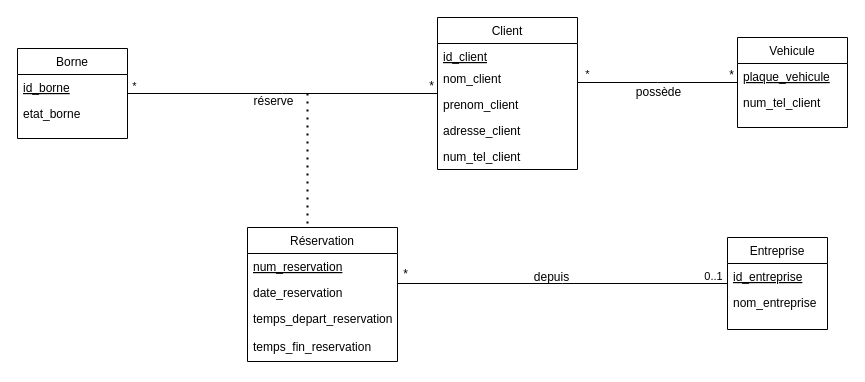
Above: base de données.drawio in Igniiis/Genie_logiciel (draw.io), before the change. Source tidied: cells renumbered, new cells numbered last; positions are measured from the earlier drawing's top-left corner, leaving out a move shared by most shapes. Both pictures are drawn from the tidied source at 100%, with x=0, y=0 at pixel (17, 17).
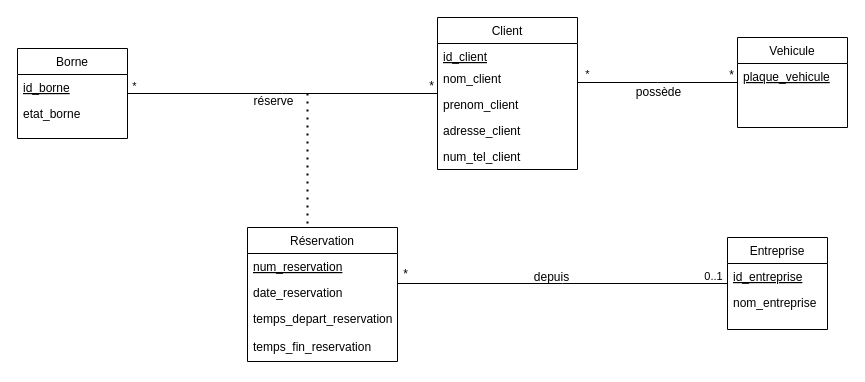
After the change.

Commit message:
Mettre à jour base de données.drawio

Unchanged cells that the change refers to:
```xml
<mxCell id="12" value="Vehicule" style="swimlane;fontStyle=0;align=center;verticalAlign=top;horizontal=1;startSize=26;rounded=0;shadow=0;strokeWidth=1;" parent="1" vertex="1">
  <mxGeometry x="720" y="20" width="110" height="90" as="geometry" />
</mxCell>
```

The edit, as a diff of the source:
```diff
@@
-    <mxCell id="14" value="num_tel_client" style="text;align=left;verticalAlign=top;spacingLeft=4;spacingRight=4;overflow=hidden;rounded=0;shadow=0;html=0;" parent="12" vertex="1">
-      <mxGeometry y="52" width="110" height="26" as="geometry" />
-    </mxCell>
```
